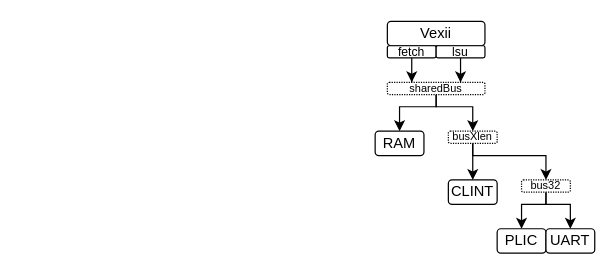
Before: page "soc" (4 of 19) of source/asset/miaou.drawio in SpinalHDL/VexiiRiscv-RTD, a draw.io diagram. Source tidied: cells renumbered, new cells numbered last; positions are measured from the earlier drawing's top-left corner, leaving out a move shared by most shapes. Both pictures are drawn from the tidied source at 122%, with x=0, y=0 at pixel (375, 21).
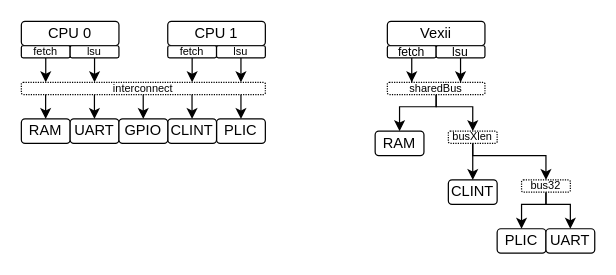
The same diagram, later.

The edit, as a diff of the source:
```diff
@@
+    <mxCell id="20" value="&lt;span style=&quot;font-size: 12px;&quot;&gt;CPU 0&lt;br&gt;&lt;/span&gt;" style="rounded=1;whiteSpace=wrap;html=1;fontSize=8;strokeWidth=1;verticalAlign=middle;" parent="1" vertex="1">
+      <mxGeometry x="-290" width="80" height="20" as="geometry" />
+    </mxCell>
+    <mxCell id="21" value="&lt;span style=&quot;font-size: 12px;&quot;&gt;RAM&lt;/span&gt;" style="rounded=1;whiteSpace=wrap;html=1;fontSize=8;strokeWidth=1;" parent="1" vertex="1">
+      <mxGeometry x="-290" y="80" width="40" height="20" as="geometry" />
+    </mxCell>
+    <mxCell id="22" value="&lt;span style=&quot;font-size: 12px;&quot;&gt;PLIC&lt;/span&gt;" style="rounded=1;whiteSpace=wrap;html=1;fontSize=8;strokeWidth=1;" parent="1" vertex="1">
+      <mxGeometry x="-130" y="80" width="40" height="20" as="geometry" />
+    </mxCell>
+    <mxCell id="23" value="&lt;span style=&quot;font-size: 12px;&quot;&gt;CLINT&lt;/span&gt;" style="rounded=1;whiteSpace=wrap;html=1;fontSize=8;strokeWidth=1;" parent="1" vertex="1">
+      <mxGeometry x="-170" y="80" width="40" height="20" as="geometry" />
+    </mxCell>
+    <mxCell id="24" value="&lt;span style=&quot;font-size: 12px;&quot;&gt;UART&lt;/span&gt;" style="rounded=1;whiteSpace=wrap;html=1;fontSize=8;strokeWidth=1;" parent="1" vertex="1">
+      <mxGeometry x="-250" y="80" width="40" height="20" as="geometry" />
+    </mxCell>
+    <mxCell id="25" style="edgeStyle=orthogonalEdgeStyle;rounded=0;jettySize=auto;html=1;entryX=0.25;entryY=0;entryDx=0;entryDy=0;" parent="1" edge="1" source="26">
+      <mxGeometry relative="1" as="geometry">
+        <mxPoint x="-270" y="50" as="targetPoint" />
+      </mxGeometry>
+    </mxCell>
+    <mxCell id="26" value="&lt;span style=&quot;font-size: 9px;&quot;&gt;fetch&lt;/span&gt;" style="rounded=1;whiteSpace=wrap;html=1;fontSize=9;strokeWidth=1;" parent="1" vertex="1">
+      <mxGeometry x="-290" y="20" width="40" height="10" as="geometry" />
+    </mxCell>
+    <mxCell id="27" style="edgeStyle=orthogonalEdgeStyle;rounded=0;jettySize=auto;html=1;entryX=0.75;entryY=0;entryDx=0;entryDy=0;" parent="1" edge="1" source="28">
+      <mxGeometry relative="1" as="geometry">
+        <mxPoint x="-230" y="50" as="targetPoint" />
+      </mxGeometry>
+    </mxCell>
+    <mxCell id="28" value="&lt;span style=&quot;font-size: 9px;&quot;&gt;lsu&lt;/span&gt;" style="rounded=1;whiteSpace=wrap;html=1;fontSize=9;strokeWidth=1;" parent="1" vertex="1">
+      <mxGeometry x="-250" y="20" width="40" height="10" as="geometry" />
+    </mxCell>
+    <mxCell id="29" value="&lt;span style=&quot;font-size: 12px;&quot;&gt;GPIO&lt;/span&gt;" style="rounded=1;whiteSpace=wrap;html=1;fontSize=8;strokeWidth=1;" parent="1" vertex="1">
+      <mxGeometry x="-210" y="80" width="40" height="20" as="geometry" />
+    </mxCell>
+    <mxCell id="30" style="edgeStyle=orthogonalEdgeStyle;rounded=0;jettySize=auto;html=1;entryX=0.5;entryY=0;entryDx=0;entryDy=0;" parent="1" edge="1" target="22">
+      <mxGeometry relative="1" as="geometry">
+        <mxPoint x="-110" y="60" as="sourcePoint" />
+      </mxGeometry>
+    </mxCell>
+    <mxCell id="31" value="&lt;font style=&quot;font-size: 9px;&quot;&gt;interconnect&lt;/font&gt;" style="rounded=1;whiteSpace=wrap;html=1;fontSize=8;strokeWidth=1;dashed=1;dashPattern=1 1;" parent="1" vertex="1">
+      <mxGeometry x="-290" y="50" width="200" height="10" as="geometry" />
+    </mxCell>
+    <mxCell id="32" value="&lt;span style=&quot;font-size: 12px;&quot;&gt;CPU 1&lt;br&gt;&lt;/span&gt;" style="rounded=1;whiteSpace=wrap;html=1;fontSize=8;strokeWidth=1;verticalAlign=middle;" parent="1" vertex="1">
+      <mxGeometry x="-170" width="80" height="20" as="geometry" />
+    </mxCell>
+    <mxCell id="33" style="edgeStyle=orthogonalEdgeStyle;rounded=0;jettySize=auto;html=1;entryX=0.25;entryY=0;entryDx=0;entryDy=0;" parent="1" edge="1" source="34">
+      <mxGeometry relative="1" as="geometry">
+        <mxPoint x="-150" y="50" as="targetPoint" />
+      </mxGeometry>
+    </mxCell>
+    <mxCell id="34" value="&lt;span style=&quot;font-size: 9px;&quot;&gt;fetch&lt;/span&gt;" style="rounded=1;whiteSpace=wrap;html=1;fontSize=9;strokeWidth=1;" parent="1" vertex="1">
+      <mxGeometry x="-170" y="20" width="40" height="10" as="geometry" />
+    </mxCell>
+    <mxCell id="35" style="edgeStyle=orthogonalEdgeStyle;rounded=0;jettySize=auto;html=1;entryX=0.75;entryY=0;entryDx=0;entryDy=0;" parent="1" edge="1" source="36">
+      <mxGeometry relative="1" as="geometry">
+        <mxPoint x="-110" y="50" as="targetPoint" />
+      </mxGeometry>
+    </mxCell>
+    <mxCell id="36" value="&lt;span style=&quot;font-size: 9px;&quot;&gt;lsu&lt;/span&gt;" style="rounded=1;whiteSpace=wrap;html=1;fontSize=9;strokeWidth=1;" parent="1" vertex="1">
+      <mxGeometry x="-130" y="20" width="40" height="10" as="geometry" />
+    </mxCell>
+    <mxCell id="37" style="edgeStyle=orthogonalEdgeStyle;rounded=0;orthogonalLoop=1;jettySize=auto;html=1;entryX=0.5;entryY=0;entryDx=0;entryDy=0;" parent="1" edge="1">
+      <mxGeometry relative="1" as="geometry">
+        <mxPoint x="-230.1" y="60" as="sourcePoint" />
+        <mxPoint x="-230.1" y="80" as="targetPoint" />
+      </mxGeometry>
+    </mxCell>
+    <mxCell id="38" style="edgeStyle=orthogonalEdgeStyle;rounded=0;orthogonalLoop=1;jettySize=auto;html=1;entryX=0.5;entryY=0;entryDx=0;entryDy=0;" parent="1" edge="1">
+      <mxGeometry relative="1" as="geometry">
+        <mxPoint x="-190.1" y="60" as="sourcePoint" />
+        <mxPoint x="-190.1" y="80" as="targetPoint" />
+      </mxGeometry>
+    </mxCell>
+    <mxCell id="39" style="edgeStyle=orthogonalEdgeStyle;rounded=0;orthogonalLoop=1;jettySize=auto;html=1;entryX=0.5;entryY=0;entryDx=0;entryDy=0;" parent="1" edge="1">
+      <mxGeometry relative="1" as="geometry">
+        <mxPoint x="-150.1" y="60" as="sourcePoint" />
+        <mxPoint x="-150.1" y="80" as="targetPoint" />
+      </mxGeometry>
+    </mxCell>
+    <mxCell id="40" style="edgeStyle=orthogonalEdgeStyle;rounded=0;orthogonalLoop=1;jettySize=auto;html=1;entryX=0.5;entryY=0;entryDx=0;entryDy=0;" parent="1" edge="1">
+      <mxGeometry relative="1" as="geometry">
+        <mxPoint x="-270.1" y="60" as="sourcePoint" />
+        <mxPoint x="-270.1" y="80" as="targetPoint" />
+      </mxGeometry>
+    </mxCell>
```
